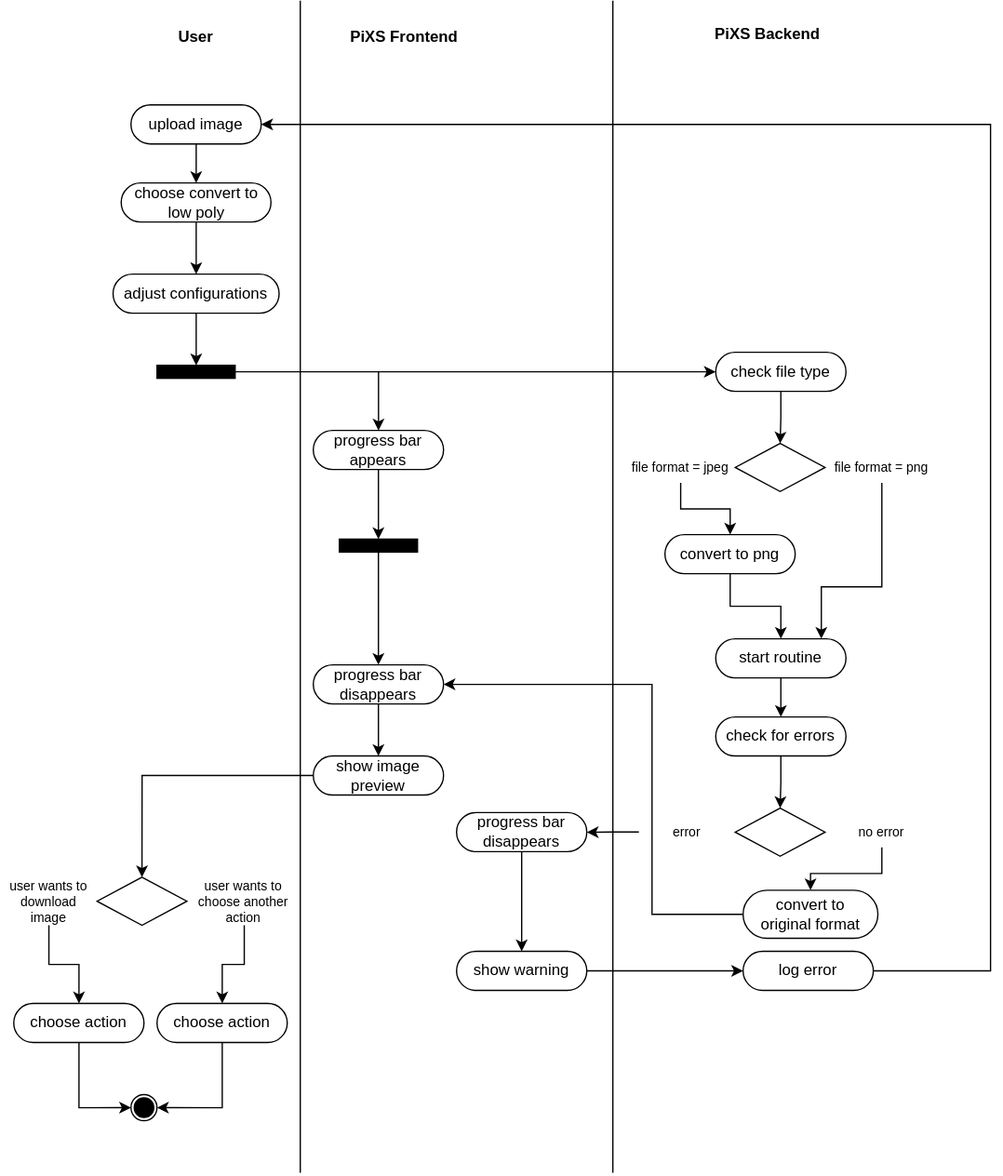
Earlier version of the draw.io export ucd/uc-upload-image/ucd-activity-diagram_low_poly.drawio.svg (se-pixs/docs). Source tidied: cells renumbered, new cells last; positions are measured from the earlier drawing's top-left corner, leaving out a move shared by most shapes.
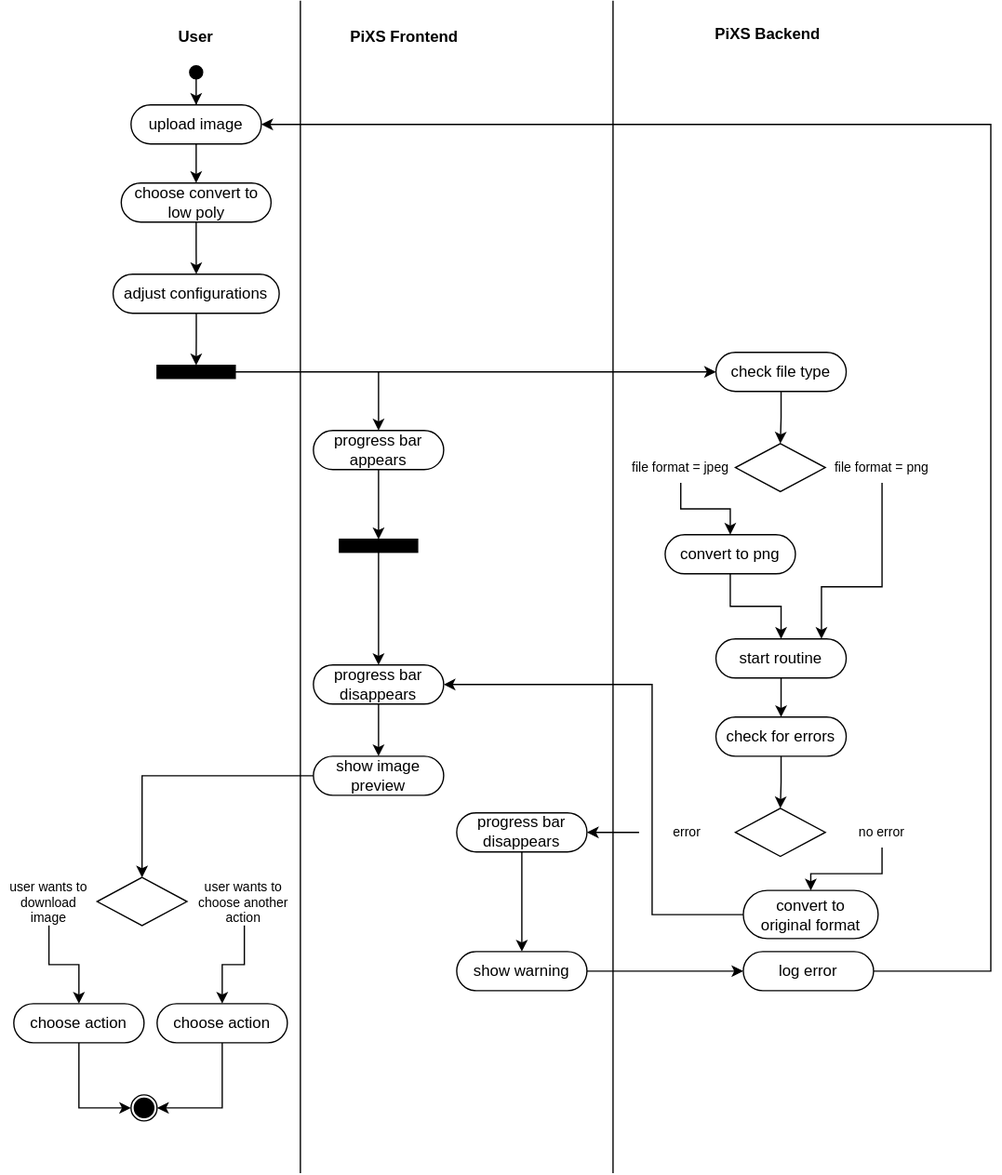
After the commit.

Commit message:
Fix: missing start point in convert to low poly activity diagram

Diff of the diagram source:
```diff
@@ -227,5 +227,13 @@
     <mxCell id="64" value="log error" style="html=1;outlineConnect=0;whiteSpace=wrap;shape=mxgraph.archimate3.service;strokeWidth=1;" parent="1" vertex="1">
       <mxGeometry x="570" y="730" width="100" height="30" as="geometry" />
     </mxCell>
+    <mxCell id="65" style="edgeStyle=orthogonalEdgeStyle;rounded=0;jettySize=auto;html=1;" parent="1" edge="1" source="66">
+      <mxGeometry relative="1" as="geometry">
+        <mxPoint x="150" y="80" as="targetPoint" />
+      </mxGeometry>
+    </mxCell>
+    <mxCell id="66" style="ellipse;whiteSpace=wrap;html=1;strokeWidth=1;fillColor=#000000;" parent="1" vertex="1">
+      <mxGeometry x="145" y="50" width="10" height="10" as="geometry" />
+    </mxCell>
   </root>
 </mxGraphModel>
```
